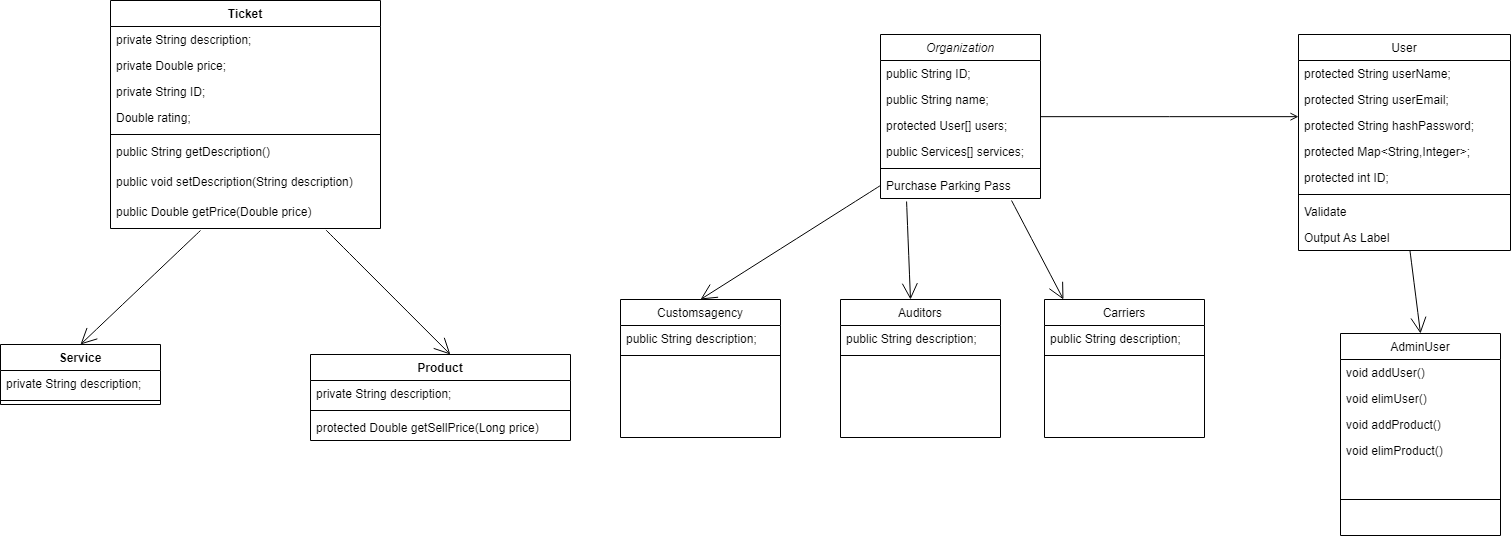
Before: ClassDiagramLP3_project.drawio.png, a diagram exported from draw.io (MMonzon00/LP3_Backend_java). Source tidied: cells renumbered, new cells last; positions are measured from the earlier drawing's top-left corner, leaving out a move shared by most shapes. The source it was exported from:
```xml
<mxGraphModel>
  <root>
    <mxCell id="0" />
    <mxCell id="1" parent="0" />
    <mxCell id="2" style="edgeStyle=none;curved=1;rounded=0;jettySize=auto;html=1;fontSize=12;endArrow=open;startSize=14;endSize=14;sourcePerimeterSpacing=8;targetPerimeterSpacing=8;entryX=0.5;entryY=0;entryDx=0;entryDy=0;exitX=0.526;exitY=1.015;exitDx=0;exitDy=0;exitPerimeter=0;" parent="1" edge="1" source="28" target="14">
      <mxGeometry relative="1" as="geometry" />
    </mxCell>
    <mxCell id="3" style="edgeStyle=none;curved=1;rounded=0;jettySize=auto;html=1;entryX=0.5;entryY=0;entryDx=0;entryDy=0;fontSize=12;endArrow=open;startSize=14;endSize=14;sourcePerimeterSpacing=8;targetPerimeterSpacing=8;exitX=0;exitY=0.5;exitDx=0;exitDy=0;" parent="1" edge="1" source="10" target="11">
      <mxGeometry relative="1" as="geometry" />
    </mxCell>
    <mxCell id="4" value="Organization" style="swimlane;fontStyle=2;align=center;verticalAlign=top;horizontal=1;startSize=26;rounded=0;shadow=0;strokeWidth=1;" parent="1" vertex="1">
      <mxGeometry x="880" y="34" width="160" height="164" as="geometry" />
    </mxCell>
    <mxCell id="5" value="public String ID;" style="text;align=left;verticalAlign=top;spacingLeft=4;spacingRight=4;overflow=hidden;" parent="4" vertex="1">
      <mxGeometry y="26" width="160" height="26" as="geometry" />
    </mxCell>
    <mxCell id="6" value="public String name;" style="text;align=left;verticalAlign=top;spacingLeft=4;spacingRight=4;overflow=hidden;rounded=0;shadow=0;html=0;" parent="4" vertex="1">
      <mxGeometry y="52" width="160" height="26" as="geometry" />
    </mxCell>
    <mxCell id="7" value="protected User[] users;" style="text;align=left;verticalAlign=top;spacingLeft=4;spacingRight=4;overflow=hidden;rounded=0;shadow=0;html=0;" parent="4" vertex="1">
      <mxGeometry y="78" width="160" height="26" as="geometry" />
    </mxCell>
    <mxCell id="8" value="public Services[] services;" style="text;align=left;verticalAlign=top;spacingLeft=4;spacingRight=4;overflow=hidden;rounded=0;shadow=0;html=0;" parent="4" vertex="1">
      <mxGeometry y="104" width="160" height="26" as="geometry" />
    </mxCell>
    <mxCell id="9" style="line;html=1;strokeWidth=1;align=left;verticalAlign=middle;spacingTop=-1;spacingLeft=3;spacingRight=3;labelPosition=right;" parent="4" vertex="1">
      <mxGeometry y="130" width="160" height="8" as="geometry" />
    </mxCell>
    <mxCell id="10" value="Purchase Parking Pass" style="text;align=left;verticalAlign=top;spacingLeft=4;spacingRight=4;overflow=hidden;points=[[0,0.5],[1,0.5]];portConstraint=eastwest;" parent="4" vertex="1">
      <mxGeometry y="138" width="160" height="26" as="geometry" />
    </mxCell>
    <mxCell id="11" value="Customsagency" style="swimlane;fontStyle=0;align=center;verticalAlign=top;horizontal=1;startSize=26;rounded=0;shadow=0;strokeWidth=1;" parent="1" vertex="1">
      <mxGeometry x="620" y="299" width="160" height="138" as="geometry" />
    </mxCell>
    <mxCell id="12" value="public String description;" style="text;align=left;verticalAlign=top;spacingLeft=4;spacingRight=4;overflow=hidden;" parent="11" vertex="1">
      <mxGeometry y="26" width="160" height="26" as="geometry" />
    </mxCell>
    <mxCell id="13" style="line;html=1;strokeWidth=1;align=left;verticalAlign=middle;spacingTop=-1;spacingLeft=3;spacingRight=3;labelPosition=right;" parent="11" vertex="1">
      <mxGeometry y="52" width="160" height="8" as="geometry" />
    </mxCell>
    <mxCell id="14" value="AdminUser" style="swimlane;fontStyle=0;align=center;verticalAlign=top;horizontal=1;startSize=26;rounded=0;shadow=0;strokeWidth=1;" parent="1" vertex="1">
      <mxGeometry x="1340" y="333" width="160" height="202" as="geometry" />
    </mxCell>
    <mxCell id="15" value="void addUser()&#10;" style="text;align=left;verticalAlign=top;spacingLeft=4;spacingRight=4;overflow=hidden;" parent="14" vertex="1">
      <mxGeometry y="26" width="160" height="26" as="geometry" />
    </mxCell>
    <mxCell id="16" value="void elimUser()" style="text;align=left;verticalAlign=top;spacingLeft=4;spacingRight=4;overflow=hidden;" parent="14" vertex="1">
      <mxGeometry y="52" width="160" height="26" as="geometry" />
    </mxCell>
    <mxCell id="17" value="void addProduct()" style="text;align=left;verticalAlign=top;spacingLeft=4;spacingRight=4;overflow=hidden;" parent="14" vertex="1">
      <mxGeometry y="78" width="160" height="26" as="geometry" />
    </mxCell>
    <mxCell id="18" value="void elimProduct()" style="text;align=left;verticalAlign=top;spacingLeft=4;spacingRight=4;overflow=hidden;" parent="14" vertex="1">
      <mxGeometry y="104" width="160" height="26" as="geometry" />
    </mxCell>
    <mxCell id="19" style="line;html=1;strokeWidth=1;align=left;verticalAlign=middle;spacingTop=-1;spacingLeft=3;spacingRight=3;labelPosition=right;" parent="14" vertex="1">
      <mxGeometry y="130" width="160" height="72" as="geometry" />
    </mxCell>
    <mxCell id="20" value="User" style="swimlane;fontStyle=0;align=center;verticalAlign=top;horizontal=1;startSize=26;rounded=0;shadow=0;strokeWidth=1;" parent="1" vertex="1">
      <mxGeometry x="1298" y="34" width="212" height="216" as="geometry" />
    </mxCell>
    <mxCell id="21" value="protected String userName;" style="text;align=left;verticalAlign=top;spacingLeft=4;spacingRight=4;overflow=hidden;" parent="20" vertex="1">
      <mxGeometry y="26" width="212" height="26" as="geometry" />
    </mxCell>
    <mxCell id="22" value="protected String userEmail;" style="text;align=left;verticalAlign=top;spacingLeft=4;spacingRight=4;overflow=hidden;rounded=0;shadow=0;html=0;" parent="20" vertex="1">
      <mxGeometry y="52" width="212" height="26" as="geometry" />
    </mxCell>
    <mxCell id="23" value=" protected String hashPassword;&#10;" style="text;align=left;verticalAlign=top;spacingLeft=4;spacingRight=4;overflow=hidden;rounded=0;shadow=0;html=0;" parent="20" vertex="1">
      <mxGeometry y="78" width="212" height="26" as="geometry" />
    </mxCell>
    <mxCell id="24" value=" protected Map&lt;String,Integer&gt;;&#10;" style="text;align=left;verticalAlign=top;spacingLeft=4;spacingRight=4;overflow=hidden;rounded=0;shadow=0;html=0;" parent="20" vertex="1">
      <mxGeometry y="104" width="212" height="26" as="geometry" />
    </mxCell>
    <mxCell id="25" value=" protected int ID;&#10;" style="text;align=left;verticalAlign=top;spacingLeft=4;spacingRight=4;overflow=hidden;rounded=0;shadow=0;html=0;" parent="20" vertex="1">
      <mxGeometry y="130" width="212" height="26" as="geometry" />
    </mxCell>
    <mxCell id="26" style="line;html=1;strokeWidth=1;align=left;verticalAlign=middle;spacingTop=-1;spacingLeft=3;spacingRight=3;labelPosition=right;" parent="20" vertex="1">
      <mxGeometry y="156" width="212" height="8" as="geometry" />
    </mxCell>
    <mxCell id="27" value="Validate" style="text;align=left;verticalAlign=top;spacingLeft=4;spacingRight=4;overflow=hidden;" parent="20" vertex="1">
      <mxGeometry y="164" width="212" height="26" as="geometry" />
    </mxCell>
    <mxCell id="28" value="Output As Label" style="text;align=left;verticalAlign=top;spacingLeft=4;spacingRight=4;overflow=hidden;points=[[0,0.5],[1,0.5]];portConstraint=eastwest;" parent="20" vertex="1">
      <mxGeometry y="190" width="212" height="26" as="geometry" />
    </mxCell>
    <mxCell id="29" style="endArrow=open;shadow=0;strokeWidth=1;rounded=0;endFill=1;edgeStyle=elbowEdgeStyle;elbow=vertical;" parent="1" edge="1" source="4" target="20">
      <mxGeometry x="0.5" y="41" relative="1" as="geometry">
        <mxPoint x="-40" y="32" as="offset" />
      </mxGeometry>
    </mxCell>
    <mxCell id="30" style="edgeStyle=none;curved=1;rounded=0;jettySize=auto;html=1;entryX=0.5;entryY=0;entryDx=0;entryDy=0;fontSize=12;endArrow=open;startSize=14;endSize=14;sourcePerimeterSpacing=8;targetPerimeterSpacing=8;exitX=0.163;exitY=1.115;exitDx=0;exitDy=0;exitPerimeter=0;" parent="1" edge="1" source="10">
      <mxGeometry relative="1" as="geometry">
        <mxPoint x="910" y="299" as="targetPoint" />
      </mxGeometry>
    </mxCell>
    <mxCell id="31" style="edgeStyle=none;curved=1;rounded=0;jettySize=auto;html=1;entryX=0.206;entryY=0;entryDx=0;entryDy=0;fontSize=12;endArrow=open;startSize=14;endSize=14;sourcePerimeterSpacing=8;targetPerimeterSpacing=8;exitX=0.819;exitY=1.077;exitDx=0;exitDy=0;exitPerimeter=0;entryPerimeter=0;" parent="1" edge="1" source="10">
      <mxGeometry relative="1" as="geometry">
        <mxPoint x="1063" y="299" as="targetPoint" />
      </mxGeometry>
    </mxCell>
    <mxCell id="32" value="Auditors" style="swimlane;fontStyle=0;align=center;verticalAlign=top;horizontal=1;startSize=26;rounded=0;shadow=0;strokeWidth=1;" parent="1" vertex="1">
      <mxGeometry x="840" y="299" width="160" height="138" as="geometry" />
    </mxCell>
    <mxCell id="33" value="public String description;" style="text;align=left;verticalAlign=top;spacingLeft=4;spacingRight=4;overflow=hidden;" parent="32" vertex="1">
      <mxGeometry y="26" width="160" height="26" as="geometry" />
    </mxCell>
    <mxCell id="34" style="line;html=1;strokeWidth=1;align=left;verticalAlign=middle;spacingTop=-1;spacingLeft=3;spacingRight=3;labelPosition=right;" parent="32" vertex="1">
      <mxGeometry y="52" width="160" height="8" as="geometry" />
    </mxCell>
    <mxCell id="35" value="Carriers" style="swimlane;fontStyle=0;align=center;verticalAlign=top;horizontal=1;startSize=26;rounded=0;shadow=0;strokeWidth=1;" parent="1" vertex="1">
      <mxGeometry x="1044" y="299" width="160" height="138" as="geometry" />
    </mxCell>
    <mxCell id="36" value="public String description;" style="text;align=left;verticalAlign=top;spacingLeft=4;spacingRight=4;overflow=hidden;" parent="35" vertex="1">
      <mxGeometry y="26" width="160" height="26" as="geometry" />
    </mxCell>
    <mxCell id="37" style="line;html=1;strokeWidth=1;align=left;verticalAlign=middle;spacingTop=-1;spacingLeft=3;spacingRight=3;labelPosition=right;" parent="35" vertex="1">
      <mxGeometry y="52" width="160" height="8" as="geometry" />
    </mxCell>
    <mxCell id="38" value="Service" style="swimlane;fontStyle=1;align=center;verticalAlign=top;horizontal=1;startSize=26;" parent="1" vertex="1">
      <mxGeometry y="344" width="160" height="60" as="geometry" />
    </mxCell>
    <mxCell id="39" value="private String description;" style="text;strokeColor=none;fillColor=none;align=left;verticalAlign=top;spacingLeft=4;spacingRight=4;overflow=hidden;" parent="38" vertex="1">
      <mxGeometry y="26" width="160" height="26" as="geometry" />
    </mxCell>
    <mxCell id="40" style="line;strokeWidth=1;fillColor=none;align=left;verticalAlign=middle;spacingTop=-1;spacingLeft=3;spacingRight=3;labelPosition=right;strokeColor=inherit;" parent="38" vertex="1">
      <mxGeometry y="52" width="160" height="8" as="geometry" />
    </mxCell>
    <mxCell id="41" value="Product" style="swimlane;fontStyle=1;align=center;verticalAlign=top;horizontal=1;startSize=26;" parent="1" vertex="1">
      <mxGeometry x="310" y="354" width="260" height="86" as="geometry" />
    </mxCell>
    <mxCell id="42" value="private String description;&#10;" style="text;strokeColor=none;fillColor=none;align=left;verticalAlign=top;spacingLeft=4;spacingRight=4;overflow=hidden;" parent="41" vertex="1">
      <mxGeometry y="26" width="260" height="26" as="geometry" />
    </mxCell>
    <mxCell id="43" style="line;strokeWidth=1;fillColor=none;align=left;verticalAlign=middle;spacingTop=-1;spacingLeft=3;spacingRight=3;labelPosition=right;strokeColor=inherit;" parent="41" vertex="1">
      <mxGeometry y="52" width="260" height="8" as="geometry" />
    </mxCell>
    <mxCell id="44" value="protected Double getSellPrice(Long price) " style="text;strokeColor=none;fillColor=none;align=left;verticalAlign=top;spacingLeft=4;spacingRight=4;overflow=hidden;" parent="41" vertex="1">
      <mxGeometry y="60" width="260" height="26" as="geometry" />
    </mxCell>
    <mxCell id="45" value="Ticket" style="swimlane;fontStyle=1;align=center;verticalAlign=top;horizontal=1;startSize=26;" parent="1" vertex="1">
      <mxGeometry x="110" width="270" height="228" as="geometry" />
    </mxCell>
    <mxCell id="46" value="private String description;&#10;" style="text;strokeColor=none;fillColor=none;align=left;verticalAlign=top;spacingLeft=4;spacingRight=4;overflow=hidden;" parent="45" vertex="1">
      <mxGeometry y="26" width="270" height="26" as="geometry" />
    </mxCell>
    <mxCell id="47" value="private Double price;&#10;" style="text;strokeColor=none;fillColor=none;align=left;verticalAlign=top;spacingLeft=4;spacingRight=4;overflow=hidden;" parent="45" vertex="1">
      <mxGeometry y="52" width="270" height="26" as="geometry" />
    </mxCell>
    <mxCell id="48" value="&#9;private String ID;&#10;" style="text;strokeColor=none;fillColor=none;align=left;verticalAlign=top;spacingLeft=4;spacingRight=4;overflow=hidden;" parent="45" vertex="1">
      <mxGeometry y="78" width="270" height="26" as="geometry" />
    </mxCell>
    <mxCell id="49" value="&#9;Double rating;&#10;" style="text;strokeColor=none;fillColor=none;align=left;verticalAlign=top;spacingLeft=4;spacingRight=4;overflow=hidden;" parent="45" vertex="1">
      <mxGeometry y="104" width="270" height="26" as="geometry" />
    </mxCell>
    <mxCell id="50" style="line;strokeWidth=1;fillColor=none;align=left;verticalAlign=middle;spacingTop=-1;spacingLeft=3;spacingRight=3;labelPosition=right;strokeColor=inherit;" parent="45" vertex="1">
      <mxGeometry y="130" width="270" height="8" as="geometry" />
    </mxCell>
    <mxCell id="51" value="&#9;public String getDescription() &#10;" style="text;strokeColor=none;fillColor=none;align=left;verticalAlign=top;spacingLeft=4;spacingRight=4;overflow=hidden;" parent="45" vertex="1">
      <mxGeometry y="138" width="270" height="30" as="geometry" />
    </mxCell>
    <mxCell id="52" value="&#9;public void setDescription(String description)&#10;" style="text;strokeColor=none;fillColor=none;align=left;verticalAlign=top;spacingLeft=4;spacingRight=4;overflow=hidden;" parent="45" vertex="1">
      <mxGeometry y="168" width="270" height="30" as="geometry" />
    </mxCell>
    <mxCell id="53" value="&#9;public Double getPrice(Double price)&#10;" style="text;strokeColor=none;fillColor=none;align=left;verticalAlign=top;spacingLeft=4;spacingRight=4;overflow=hidden;points=[[0,0.5],[1,0.5]];portConstraint=eastwest;" parent="45" vertex="1">
      <mxGeometry y="198" width="270" height="30" as="geometry" />
    </mxCell>
    <mxCell id="54" style="edgeStyle=none;curved=1;rounded=0;jettySize=auto;html=1;entryX=0.5;entryY=0;entryDx=0;entryDy=0;fontSize=12;endArrow=open;startSize=14;endSize=14;sourcePerimeterSpacing=8;targetPerimeterSpacing=8;exitX=0;exitY=0.5;exitDx=0;exitDy=0;" parent="1" edge="1" target="38">
      <mxGeometry relative="1" as="geometry">
        <mxPoint x="200" y="230" as="sourcePoint" />
      </mxGeometry>
    </mxCell>
    <mxCell id="55" style="edgeStyle=none;curved=1;rounded=0;jettySize=auto;html=1;entryX=0.538;entryY=0;entryDx=0;entryDy=0;fontSize=12;endArrow=open;startSize=14;endSize=14;sourcePerimeterSpacing=8;targetPerimeterSpacing=8;exitX=0.798;exitY=1.05;exitDx=0;exitDy=0;entryPerimeter=0;exitPerimeter=0;" parent="1" edge="1" source="53" target="41">
      <mxGeometry relative="1" as="geometry" />
    </mxCell>
  </root>
</mxGraphModel>
```
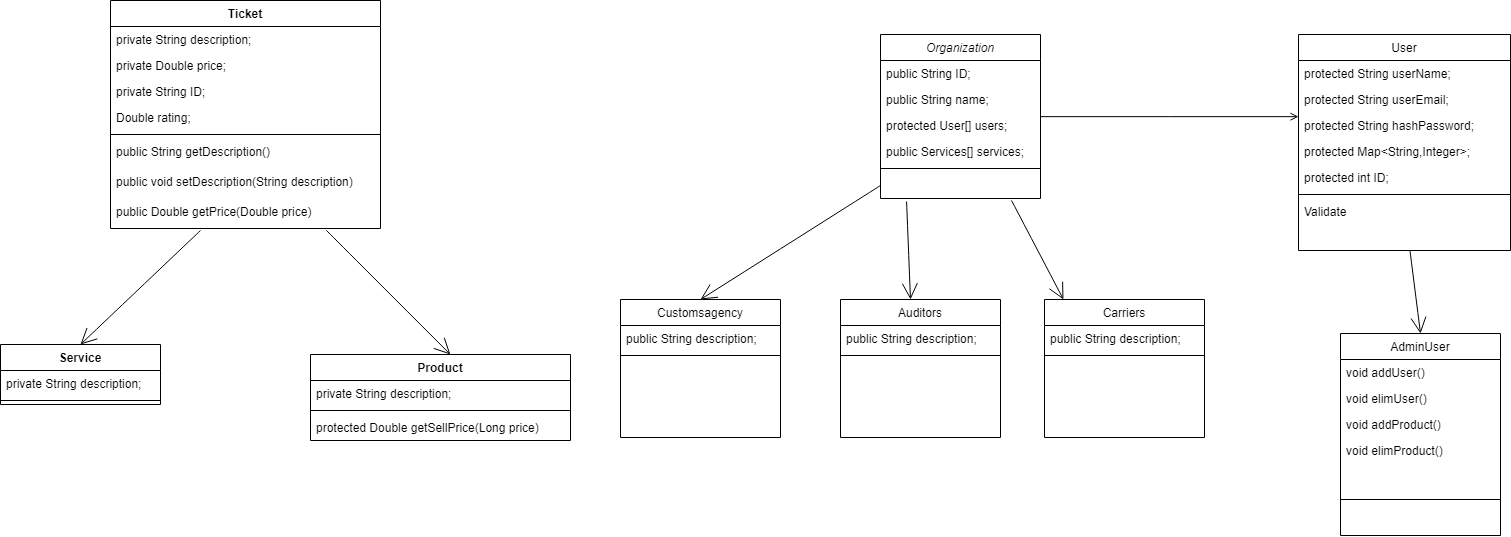
After the change.

The edit, as a diff of the source:
```diff
@@ -2,11 +2,15 @@
   <root>
     <mxCell id="0" />
     <mxCell id="1" parent="0" />
-    <mxCell id="2" style="edgeStyle=none;curved=1;rounded=0;jettySize=auto;html=1;fontSize=12;endArrow=open;startSize=14;endSize=14;sourcePerimeterSpacing=8;targetPerimeterSpacing=8;entryX=0.5;entryY=0;entryDx=0;entryDy=0;exitX=0.526;exitY=1.015;exitDx=0;exitDy=0;exitPerimeter=0;" parent="1" edge="1" source="28" target="14">
-      <mxGeometry relative="1" as="geometry" />
+    <mxCell id="2" style="edgeStyle=none;curved=1;rounded=0;jettySize=auto;html=1;fontSize=12;endArrow=open;startSize=14;endSize=14;sourcePerimeterSpacing=8;targetPerimeterSpacing=8;entryX=0.5;entryY=0;entryDx=0;entryDy=0;exitX=0.526;exitY=1.015;exitDx=0;exitDy=0;exitPerimeter=0;" parent="1" edge="1" target="14">
+      <mxGeometry relative="1" as="geometry">
+        <mxPoint x="1409.5" y="250.4" as="sourcePoint" />
+      </mxGeometry>
     </mxCell>
-    <mxCell id="3" style="edgeStyle=none;curved=1;rounded=0;jettySize=auto;html=1;entryX=0.5;entryY=0;entryDx=0;entryDy=0;fontSize=12;endArrow=open;startSize=14;endSize=14;sourcePerimeterSpacing=8;targetPerimeterSpacing=8;exitX=0;exitY=0.5;exitDx=0;exitDy=0;" parent="1" edge="1" source="10" target="11">
-      <mxGeometry relative="1" as="geometry" />
+    <mxCell id="3" style="edgeStyle=none;curved=1;rounded=0;jettySize=auto;html=1;entryX=0.5;entryY=0;entryDx=0;entryDy=0;fontSize=12;endArrow=open;startSize=14;endSize=14;sourcePerimeterSpacing=8;targetPerimeterSpacing=8;exitX=0;exitY=0.5;exitDx=0;exitDy=0;" parent="1" edge="1" target="11">
+      <mxGeometry relative="1" as="geometry">
+        <mxPoint x="880" y="185" as="sourcePoint" />
+      </mxGeometry>
     </mxCell>
     <mxCell id="4" value="Organization" style="swimlane;fontStyle=2;align=center;verticalAlign=top;horizontal=1;startSize=26;rounded=0;shadow=0;strokeWidth=1;" parent="1" vertex="1">
       <mxGeometry x="880" y="34" width="160" height="164" as="geometry" />
@@ -26,9 +30,6 @@
     <mxCell id="9" style="line;html=1;strokeWidth=1;align=left;verticalAlign=middle;spacingTop=-1;spacingLeft=3;spacingRight=3;labelPosition=right;" parent="4" vertex="1">
       <mxGeometry y="130" width="160" height="8" as="geometry" />
     </mxCell>
-    <mxCell id="10" value="Purchase Parking Pass" style="text;align=left;verticalAlign=top;spacingLeft=4;spacingRight=4;overflow=hidden;points=[[0,0.5],[1,0.5]];portConstraint=eastwest;" parent="4" vertex="1">
-      <mxGeometry y="138" width="160" height="26" as="geometry" />
-    </mxCell>
     <mxCell id="11" value="Customsagency" style="swimlane;fontStyle=0;align=center;verticalAlign=top;horizontal=1;startSize=26;rounded=0;shadow=0;strokeWidth=1;" parent="1" vertex="1">
       <mxGeometry x="620" y="299" width="160" height="138" as="geometry" />
     </mxCell>
@@ -80,21 +81,20 @@
     <mxCell id="27" value="Validate" style="text;align=left;verticalAlign=top;spacingLeft=4;spacingRight=4;overflow=hidden;" parent="20" vertex="1">
       <mxGeometry y="164" width="212" height="26" as="geometry" />
     </mxCell>
-    <mxCell id="28" value="Output As Label" style="text;align=left;verticalAlign=top;spacingLeft=4;spacingRight=4;overflow=hidden;points=[[0,0.5],[1,0.5]];portConstraint=eastwest;" parent="20" vertex="1">
-      <mxGeometry y="190" width="212" height="26" as="geometry" />
-    </mxCell>
     <mxCell id="29" style="endArrow=open;shadow=0;strokeWidth=1;rounded=0;endFill=1;edgeStyle=elbowEdgeStyle;elbow=vertical;" parent="1" edge="1" source="4" target="20">
       <mxGeometry x="0.5" y="41" relative="1" as="geometry">
         <mxPoint x="-40" y="32" as="offset" />
       </mxGeometry>
     </mxCell>
-    <mxCell id="30" style="edgeStyle=none;curved=1;rounded=0;jettySize=auto;html=1;entryX=0.5;entryY=0;entryDx=0;entryDy=0;fontSize=12;endArrow=open;startSize=14;endSize=14;sourcePerimeterSpacing=8;targetPerimeterSpacing=8;exitX=0.163;exitY=1.115;exitDx=0;exitDy=0;exitPerimeter=0;" parent="1" edge="1" source="10">
+    <mxCell id="30" style="edgeStyle=none;curved=1;rounded=0;orthogonalLoop=1;jettySize=auto;html=1;entryX=0.5;entryY=0;entryDx=0;entryDy=0;fontSize=12;endArrow=open;startSize=14;endSize=14;sourcePerimeterSpacing=8;targetPerimeterSpacing=8;exitX=0.163;exitY=1.115;exitDx=0;exitDy=0;exitPerimeter=0;" parent="1" edge="1">
       <mxGeometry relative="1" as="geometry">
+        <mxPoint x="906.1" y="201" as="sourcePoint" />
         <mxPoint x="910" y="299" as="targetPoint" />
       </mxGeometry>
     </mxCell>
-    <mxCell id="31" style="edgeStyle=none;curved=1;rounded=0;jettySize=auto;html=1;entryX=0.206;entryY=0;entryDx=0;entryDy=0;fontSize=12;endArrow=open;startSize=14;endSize=14;sourcePerimeterSpacing=8;targetPerimeterSpacing=8;exitX=0.819;exitY=1.077;exitDx=0;exitDy=0;exitPerimeter=0;entryPerimeter=0;" parent="1" edge="1" source="10">
+    <mxCell id="31" style="edgeStyle=none;curved=1;rounded=0;orthogonalLoop=1;jettySize=auto;html=1;entryX=0.206;entryY=0;entryDx=0;entryDy=0;fontSize=12;endArrow=open;startSize=14;endSize=14;sourcePerimeterSpacing=8;targetPerimeterSpacing=8;exitX=0.819;exitY=1.077;exitDx=0;exitDy=0;exitPerimeter=0;entryPerimeter=0;" parent="1" edge="1">
       <mxGeometry relative="1" as="geometry">
+        <mxPoint x="1011" y="200" as="sourcePoint" />
         <mxPoint x="1063" y="299" as="targetPoint" />
       </mxGeometry>
     </mxCell>
```
